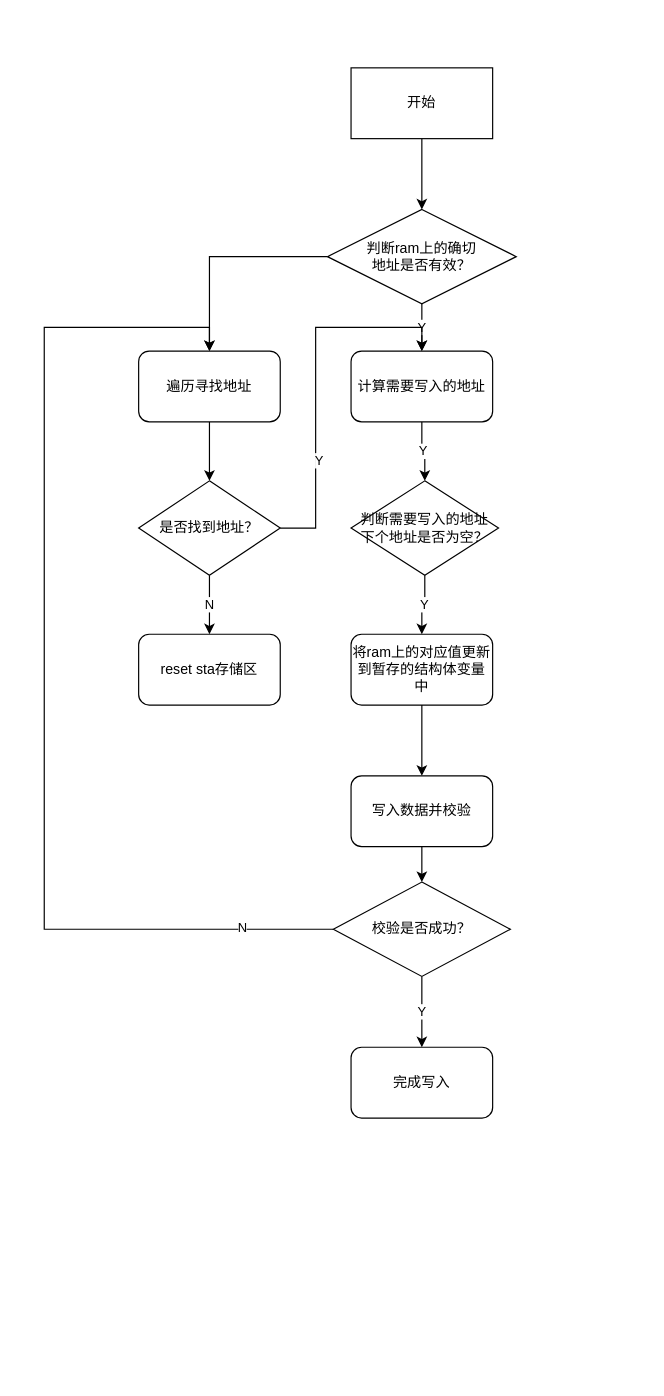
Above: page "Page-7" (7 of 9) of P3.drawio in blackfalsehood/mycode (draw.io), before the change. Source tidied: cells renumbered, new cells numbered last; positions are measured from the earlier drawing's top-left corner, leaving out a move shared by most shapes. Both pictures are drawn from the tidied source at 118%, with x=0, y=0 at pixel (44, 67).
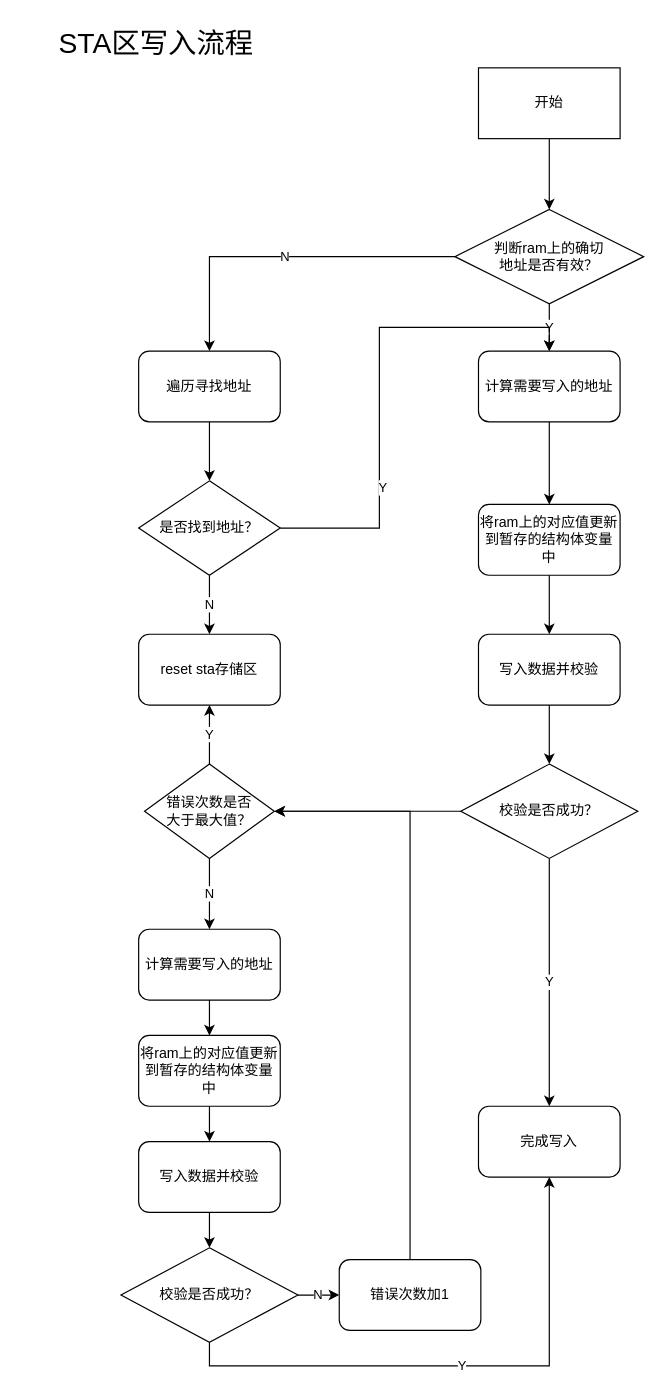
The same diagram, later.

The change refers to these unchanged cells:
```xml
<mxCell id="21" value="遍历寻找地址" style="rounded=1;whiteSpace=wrap;html=1;" parent="1" vertex="1">
  <mxGeometry x="80" y="240" width="120" height="60" as="geometry" />
</mxCell>
<mxCell id="26" value="reset sta存储区" style="rounded=1;whiteSpace=wrap;html=1;" parent="1" vertex="1">
  <mxGeometry x="80" y="480" width="120" height="60" as="geometry" />
</mxCell>
```

What changed in the source:
```diff
@@
     <mxCell id="3" value="开始" style="rounded=0;whiteSpace=wrap;html=1;" parent="1" vertex="1">
-      <mxGeometry x="260" width="120" height="60" as="geometry" />
+      <mxGeometry x="368" width="120" height="60" as="geometry" />
     </mxCell>
@@
-    <mxCell id="5" style="edgeStyle=orthogonalEdgeStyle;rounded=0;jettySize=auto;html=1;exitX=0;exitY=0.5;exitDx=0;exitDy=0;entryX=0.5;entryY=0;entryDx=0;entryDy=0;" parent="1" edge="1" source="6" target="21">
+    <mxCell id="5" value="N" style="edgeStyle=orthogonalEdgeStyle;rounded=0;jettySize=auto;html=1;exitX=0;exitY=0.5;exitDx=0;exitDy=0;entryX=0.5;entryY=0;entryDx=0;entryDy=0;" parent="1" edge="1" source="6" target="21">
       <mxGeometry relative="1" as="geometry" />
     </mxCell>
     <mxCell id="6" value="判断ram上的确切&lt;br&gt;地址是否有效？" style="rhombus;whiteSpace=wrap;html=1;" parent="1" vertex="1">
-      <mxGeometry x="240" y="120" width="160" height="80" as="geometry" />
+      <mxGeometry x="348" y="120" width="160" height="80" as="geometry" />
     </mxCell>
-    <mxCell id="7" value="Y" style="edgeStyle=orthogonalEdgeStyle;rounded=0;jettySize=auto;html=1;" parent="1" edge="1" source="8" target="10">
-      <mxGeometry relative="1" as="geometry" />
-    </mxCell>
+    <mxCell id="27" style="edgeStyle=orthogonalEdgeStyle;rounded=0;jettySize=auto;html=1;entryX=0.5;entryY=0;entryDx=0;entryDy=0;" parent="1" edge="1" source="8" target="12">
+      <mxGeometry relative="1" as="geometry" />
+    </mxCell>
     <mxCell id="8" value="计算需要写入的地址" style="rounded=1;whiteSpace=wrap;html=1;" parent="1" vertex="1">
-      <mxGeometry x="260" y="240" width="120" height="60" as="geometry" />
+      <mxGeometry x="368" y="240" width="120" height="60" as="geometry" />
     </mxCell>
-    <mxCell id="9" value="Y" style="edgeStyle=orthogonalEdgeStyle;rounded=0;jettySize=auto;html=1;" parent="1" edge="1" source="10" target="12">
-      <mxGeometry relative="1" as="geometry" />
-    </mxCell>
-    <mxCell id="10" value="判断需要写入的地址&lt;br&gt;下个地址是否为空？" style="rhombus;whiteSpace=wrap;html=1;" parent="1" vertex="1">
-      <mxGeometry x="260" y="350" width="125" height="80" as="geometry" />
-    </mxCell>
@@
     <mxCell id="12" value="将ram上的对应值更新到暂存的结构体变量中" style="rounded=1;whiteSpace=wrap;html=1;" parent="1" vertex="1">
-      <mxGeometry x="260" y="480" width="120" height="60" as="geometry" />
+      <mxGeometry x="368" y="370" width="120" height="60" as="geometry" />
     </mxCell>
@@
     <mxCell id="14" value="写入数据并校验" style="rounded=1;whiteSpace=wrap;html=1;" parent="1" vertex="1">
-      <mxGeometry x="260" y="600" width="120" height="60" as="geometry" />
+      <mxGeometry x="368" y="480" width="120" height="60" as="geometry" />
     </mxCell>
@@
-    <mxCell id="16" style="edgeStyle=orthogonalEdgeStyle;rounded=0;jettySize=auto;html=1;entryX=0.5;entryY=0;entryDx=0;entryDy=0;" parent="1" edge="1" source="18" target="21">
-      <mxGeometry relative="1" as="geometry">
-        <Array as="points">
-          <mxPoint y="730" />
-          <mxPoint y="220" />
-          <mxPoint x="140" y="220" />
-        </Array>
-      </mxGeometry>
-    </mxCell>
-    <mxCell id="17" value="N" style="edgeLabel;html=1;align=center;verticalAlign=middle;" parent="16" vertex="1">
-      <mxGeometry x="-0.83" y="-2" relative="1" as="geometry" />
-    </mxCell>
+    <mxCell id="28" style="edgeStyle=orthogonalEdgeStyle;rounded=0;jettySize=auto;html=1;exitX=0;exitY=0.5;exitDx=0;exitDy=0;" parent="1" edge="1" source="18" target="34">
+      <mxGeometry relative="1" as="geometry" />
+    </mxCell>
     <mxCell id="18" value="校验是否成功？" style="rhombus;whiteSpace=wrap;html=1;" parent="1" vertex="1">
-      <mxGeometry x="245" y="690" width="150" height="80" as="geometry" />
+      <mxGeometry x="353" y="590" width="150" height="80" as="geometry" />
     </mxCell>
     <mxCell id="19" value="完成写入" style="rounded=1;whiteSpace=wrap;html=1;" parent="1" vertex="1">
-      <mxGeometry x="260" y="830" width="120" height="60" as="geometry" />
+      <mxGeometry x="368" y="880" width="120" height="60" as="geometry" />
     </mxCell>
@@
+    <mxCell id="29" value="&lt;font style=&quot;font-size: 24px&quot;&gt;STA区写入流程&lt;/font&gt;" style="text;html=1;strokeColor=none;fillColor=none;align=center;verticalAlign=middle;whiteSpace=wrap;rounded=0;" parent="1" vertex="1">
+      <mxGeometry x="-20" y="-40" width="230" height="40" as="geometry" />
+    </mxCell>
+    <mxCell id="30" style="edgeStyle=orthogonalEdgeStyle;rounded=0;jettySize=auto;html=1;" parent="1" edge="1" source="31" target="36">
+      <mxGeometry relative="1" as="geometry" />
+    </mxCell>
+    <mxCell id="31" value="&lt;span&gt;计算需要写入的地址&lt;/span&gt;" style="rounded=1;whiteSpace=wrap;html=1;" parent="1" vertex="1">
+      <mxGeometry x="80" y="730" width="120" height="60" as="geometry" />
+    </mxCell>
+    <mxCell id="32" value="Y" style="edgeStyle=orthogonalEdgeStyle;rounded=0;jettySize=auto;html=1;exitX=0.5;exitY=0;exitDx=0;exitDy=0;entryX=0.5;entryY=1;entryDx=0;entryDy=0;" parent="1" edge="1" source="34" target="26">
+      <mxGeometry relative="1" as="geometry" />
+    </mxCell>
+    <mxCell id="33" value="N" style="edgeStyle=orthogonalEdgeStyle;rounded=0;jettySize=auto;html=1;" parent="1" edge="1" source="34" target="31">
+      <mxGeometry relative="1" as="geometry" />
+    </mxCell>
+    <mxCell id="34" value="错误次数是否&lt;br&gt;大于最大值？" style="rhombus;whiteSpace=wrap;html=1;" parent="1" vertex="1">
+      <mxGeometry x="85" y="590" width="110" height="80" as="geometry" />
+    </mxCell>
+    <mxCell id="35" style="edgeStyle=orthogonalEdgeStyle;rounded=0;jettySize=auto;html=1;" parent="1" edge="1" source="36" target="38">
+      <mxGeometry relative="1" as="geometry" />
+    </mxCell>
+    <mxCell id="36" value="将ram上的对应值更新到暂存的结构体变量中" style="rounded=1;whiteSpace=wrap;html=1;" parent="1" vertex="1">
+      <mxGeometry x="80" y="820" width="120" height="60" as="geometry" />
+    </mxCell>
+    <mxCell id="37" style="edgeStyle=orthogonalEdgeStyle;rounded=0;jettySize=auto;html=1;" parent="1" edge="1" source="38" target="41">
+      <mxGeometry relative="1" as="geometry" />
+    </mxCell>
+    <mxCell id="38" value="写入数据并校验" style="rounded=1;whiteSpace=wrap;html=1;" parent="1" vertex="1">
+      <mxGeometry x="80" y="910" width="120" height="60" as="geometry" />
+    </mxCell>
+    <mxCell id="39" value="Y" style="edgeStyle=orthogonalEdgeStyle;rounded=0;jettySize=auto;html=1;exitX=0.5;exitY=1;exitDx=0;exitDy=0;entryX=0.5;entryY=1;entryDx=0;entryDy=0;" parent="1" edge="1" source="41" target="19">
+      <mxGeometry relative="1" as="geometry" />
+    </mxCell>
+    <mxCell id="40" value="N" style="edgeStyle=orthogonalEdgeStyle;rounded=0;jettySize=auto;html=1;" parent="1" edge="1" source="41" target="43">
+      <mxGeometry relative="1" as="geometry" />
+    </mxCell>
+    <mxCell id="41" value="校验是否成功？" style="rhombus;whiteSpace=wrap;html=1;" parent="1" vertex="1">
+      <mxGeometry x="65" y="1000" width="150" height="80" as="geometry" />
+    </mxCell>
+    <mxCell id="42" style="edgeStyle=orthogonalEdgeStyle;rounded=0;jettySize=auto;html=1;exitX=0.5;exitY=0;exitDx=0;exitDy=0;entryX=1;entryY=0.5;entryDx=0;entryDy=0;" parent="1" edge="1" source="43" target="34">
+      <mxGeometry relative="1" as="geometry" />
+    </mxCell>
+    <mxCell id="43" value="错误次数加1" style="rounded=1;whiteSpace=wrap;html=1;" parent="1" vertex="1">
+      <mxGeometry x="250" y="1010" width="120" height="60" as="geometry" />
+    </mxCell>
```
